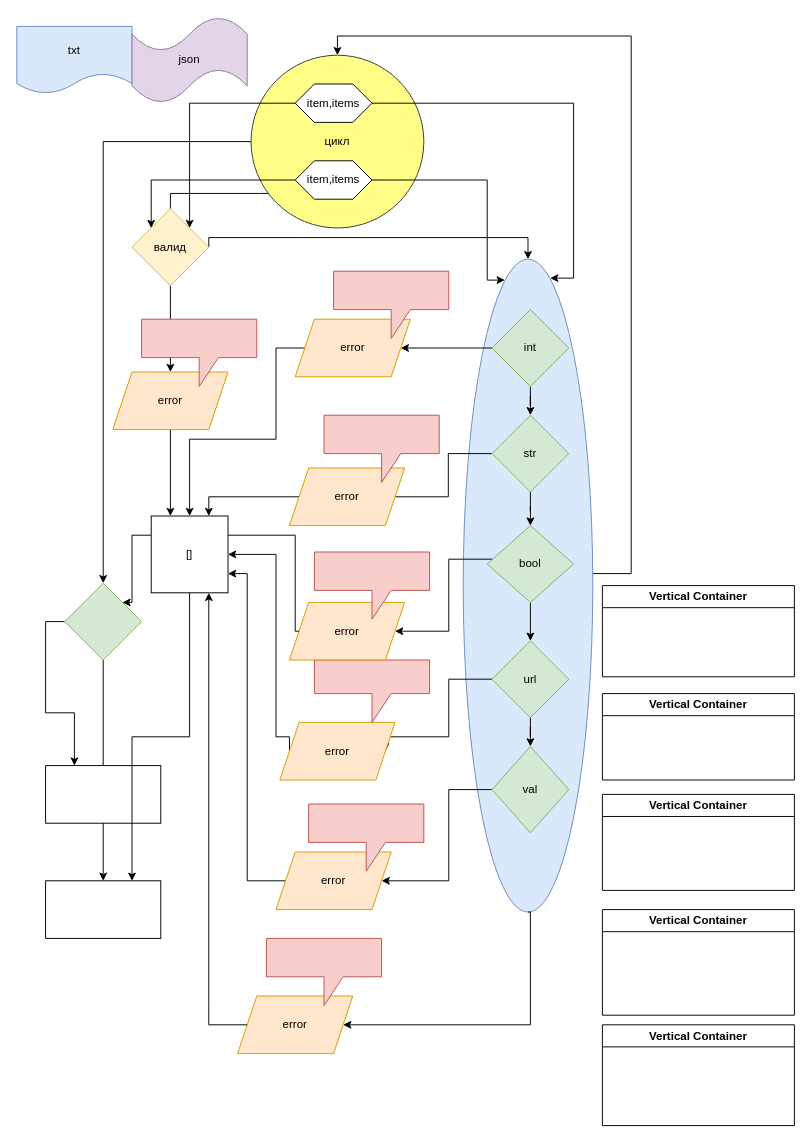
Earlier version of the draw.io diagram Practika15/practika15_2.drawio (KonstantinS007/PythonProject). Source tidied: cells renumbered, new cells numbered last; positions are measured from the earlier drawing's top-left corner, leaving out a move shared by most shapes. Both pictures are drawn from the tidied source at 96%, with x=0, y=0 at pixel (16, 16).
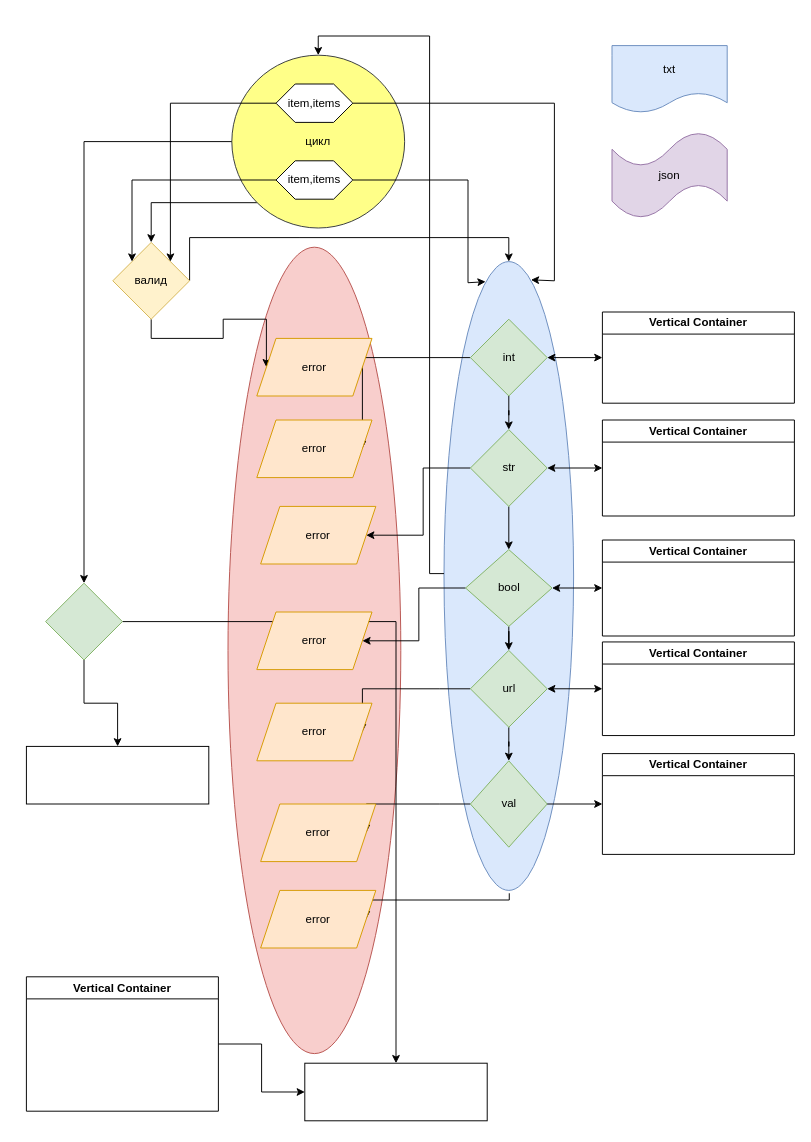
After the change.

The edit, as a diff of the source:
```diff
@@
+    <mxCell id="67" style="ellipse;whiteSpace=wrap;html=1;fillColor=#f8cecc;strokeColor=#b85450;" parent="1" vertex="1">
+      <mxGeometry x="220" y="240" width="180" height="840" as="geometry" />
+    </mxCell>
+    <mxCell id="68" style="edgeStyle=orthogonalEdgeStyle;rounded=0;jettySize=auto;html=1;exitX=0.5;exitY=1;exitDx=0;exitDy=0;" parent="1" edge="1" source="3">
+      <mxGeometry relative="1" as="geometry">
+        <mxPoint x="513" y="910" as="targetPoint" />
+      </mxGeometry>
+    </mxCell>
+    <mxCell id="3" style="ellipse;whiteSpace=wrap;html=1;fillColor=#dae8fc;strokeColor=#6c8ebf;" parent="1" vertex="1">
+      <mxGeometry x="445" y="255" width="135" height="655" as="geometry" />
+    </mxCell>
     <mxCell id="2" style="edgeStyle=orthogonalEdgeStyle;rounded=0;jettySize=auto;html=1;entryX=0.5;entryY=0;entryDx=0;entryDy=0;" parent="1" edge="1" source="3" target="29">
       <mxGeometry relative="1" as="geometry">
         <Array as="points">
-          <mxPoint x="640" y="580" />
-          <mxPoint x="640" y="20" />
-          <mxPoint x="334" y="20" />
+          <mxPoint x="430" y="580" />
+          <mxPoint x="430" y="20" />
+          <mxPoint x="314" y="20" />
         </Array>
       </mxGeometry>
     </mxCell>
-    <mxCell id="3" style="ellipse;whiteSpace=wrap;html=1;fillColor=#dae8fc;strokeColor=#6c8ebf;" parent="1" vertex="1">
-      <mxGeometry x="465" y="252.5" width="135" height="680" as="geometry" />
-    </mxCell>
     <mxCell id="4" value="txt" style="shape=document;whiteSpace=wrap;html=1;boundedLbl=1;fillColor=#dae8fc;strokeColor=#6c8ebf;" parent="1" vertex="1">
-      <mxGeometry y="10" width="120" height="70" as="geometry" />
+      <mxGeometry x="620" y="30" width="120" height="70" as="geometry" />
     </mxCell>
-    <mxCell id="5" style="edgeStyle=orthogonalEdgeStyle;rounded=0;jettySize=auto;html=1;exitX=0.5;exitY=1;exitDx=0;exitDy=0;entryX=0.5;entryY=0;entryDx=0;entryDy=0;" parent="1" edge="1" source="8" target="31">
+    <mxCell id="5" style="edgeStyle=orthogonalEdgeStyle;rounded=0;jettySize=auto;html=1;exitX=0.5;exitY=1;exitDx=0;exitDy=0;entryX=0;entryY=0.5;entryDx=0;entryDy=0;" parent="1" edge="1" source="8" target="31">
       <mxGeometry relative="1" as="geometry" />
     </mxCell>
@@
-    <mxCell id="7" style="edgeStyle=orthogonalEdgeStyle;rounded=0;jettySize=auto;html=1;exitX=0.5;exitY=0;exitDx=0;exitDy=0;entryX=0;entryY=1;entryDx=0;entryDy=0;" parent="1" edge="1" source="8" target="29">
-      <mxGeometry relative="1" as="geometry">
-        <Array as="points">
-          <mxPoint x="254" y="184" />
-          <mxPoint x="320" y="184" />
-        </Array>
-      </mxGeometry>
-    </mxCell>
     <mxCell id="8" value="валид" style="rhombus;whiteSpace=wrap;html=1;fillColor=#fff2cc;strokeColor=#d6b656;" parent="1" vertex="1">
-      <mxGeometry x="120" y="200" width="80" height="80" as="geometry" />
+      <mxGeometry x="100" y="235" width="80" height="80" as="geometry" />
     </mxCell>
@@
     <mxCell id="11" value="int" style="rhombus;whiteSpace=wrap;html=1;fillColor=#d5e8d4;strokeColor=#82b366;" parent="1" vertex="1">
-      <mxGeometry x="495" y="305" width="80" height="80" as="geometry" />
+      <mxGeometry x="472.5" y="315" width="80" height="80" as="geometry" />
     </mxCell>
@@
-    <mxCell id="13" style="edgeStyle=orthogonalEdgeStyle;rounded=0;jettySize=auto;html=1;entryX=0;entryY=0.5;entryDx=0;entryDy=0;" parent="1" edge="1" source="58" target="23">
+    <mxCell id="13" style="edgeStyle=orthogonalEdgeStyle;rounded=0;jettySize=auto;html=1;entryX=1;entryY=0.5;entryDx=0;entryDy=0;" parent="1" edge="1" source="58" target="23">
       <mxGeometry relative="1" as="geometry" />
     </mxCell>
@@
-    <mxCell id="15" style="edgeStyle=orthogonalEdgeStyle;rounded=0;jettySize=auto;html=1;entryX=1;entryY=0.5;entryDx=0;entryDy=0;" parent="1" edge="1" source="57" target="61">
-      <mxGeometry relative="1" as="geometry">
-        <Array as="points">
-          <mxPoint x="450" y="565" />
-          <mxPoint x="450" y="640" />
-        </Array>
-      </mxGeometry>
-    </mxCell>
@@
     <mxCell id="17" style="edgeStyle=orthogonalEdgeStyle;rounded=0;jettySize=auto;html=1;exitX=0;exitY=0.5;exitDx=0;exitDy=0;entryX=1;entryY=0.5;entryDx=0;entryDy=0;" parent="1" edge="1" source="18" target="25">
       <mxGeometry relative="1" as="geometry">
         <Array as="points">
-          <mxPoint x="450" y="690" />
-          <mxPoint x="450" y="750" />
+          <mxPoint x="440" y="700" />
+          <mxPoint x="440" y="700" />
         </Array>
       </mxGeometry>
     </mxCell>
     <mxCell id="18" value="url" style="rhombus;whiteSpace=wrap;html=1;fillColor=#d5e8d4;strokeColor=#82b366;" parent="1" vertex="1">
-      <mxGeometry x="495" y="650" width="80" height="80" as="geometry" />
+      <mxGeometry x="472.5" y="660" width="80" height="80" as="geometry" />
     </mxCell>
-    <mxCell id="19" style="edgeStyle=orthogonalEdgeStyle;rounded=0;jettySize=auto;html=1;exitX=0;exitY=0.5;exitDx=0;exitDy=0;" parent="1" edge="1" source="21" target="27">
+    <mxCell id="19" style="edgeStyle=orthogonalEdgeStyle;rounded=0;jettySize=auto;html=1;exitX=0;exitY=0.5;exitDx=0;exitDy=0;entryX=1;entryY=0.5;entryDx=0;entryDy=0;" parent="1" edge="1" source="21" target="27">
       <mxGeometry relative="1" as="geometry">
         <Array as="points">
-          <mxPoint x="450" y="805" />
-          <mxPoint x="450" y="900" />
+          <mxPoint x="440" y="820" />
+          <mxPoint x="440" y="820" />
         </Array>
       </mxGeometry>
     </mxCell>
-    <mxCell id="20" style="edgeStyle=orthogonalEdgeStyle;rounded=0;jettySize=auto;html=1;exitX=0.5;exitY=1;exitDx=0;exitDy=0;entryX=1;entryY=0.5;entryDx=0;entryDy=0;" parent="1" edge="1" source="3" target="44">
+    <mxCell id="20" style="edgeStyle=orthogonalEdgeStyle;rounded=0;jettySize=auto;html=1;entryX=1;entryY=0.5;entryDx=0;entryDy=0;" parent="1" edge="1" target="44">
       <mxGeometry relative="1" as="geometry">
+        <mxPoint x="513" y="913" as="sourcePoint" />
         <Array as="points">
-          <mxPoint x="535" y="1050" />
+          <mxPoint x="513" y="920" />
         </Array>
       </mxGeometry>
     </mxCell>
     <mxCell id="21" value="val" style="rhombus;whiteSpace=wrap;html=1;fillColor=#d5e8d4;strokeColor=#82b366;" parent="1" vertex="1">
-      <mxGeometry x="495" y="760" width="80" height="90" as="geometry" />
+      <mxGeometry x="472.5" y="775" width="80" height="90" as="geometry" />
     </mxCell>
-    <mxCell id="22" style="edgeStyle=orthogonalEdgeStyle;rounded=0;jettySize=auto;html=1;exitX=0;exitY=0.5;exitDx=0;exitDy=0;entryX=0.75;entryY=0;entryDx=0;entryDy=0;" parent="1" edge="1" source="23" target="43">
-      <mxGeometry relative="1" as="geometry" />
-    </mxCell>
     <mxCell id="23" value="error" style="shape=parallelogram;perimeter=parallelogramPerimeter;whiteSpace=wrap;html=1;fixedSize=1;fillColor=#ffe6cc;strokeColor=#d79b00;" parent="1" vertex="1">
-      <mxGeometry x="284" y="470" width="120" height="60" as="geometry" />
+      <mxGeometry x="254" y="510" width="120" height="60" as="geometry" />
     </mxCell>
-    <mxCell id="24" style="edgeStyle=orthogonalEdgeStyle;rounded=0;jettySize=auto;html=1;exitX=0;exitY=0.5;exitDx=0;exitDy=0;entryX=1;entryY=0.5;entryDx=0;entryDy=0;" parent="1" edge="1" source="25" target="43">
-      <mxGeometry relative="1" as="geometry">
-        <Array as="points">
-          <mxPoint x="270" y="750" />
-          <mxPoint x="270" y="560" />
-        </Array>
-      </mxGeometry>
-    </mxCell>
     <mxCell id="25" value="error" style="shape=parallelogram;perimeter=parallelogramPerimeter;whiteSpace=wrap;html=1;fixedSize=1;fillColor=#ffe6cc;strokeColor=#d79b00;" parent="1" vertex="1">
-      <mxGeometry x="274" y="735" width="120" height="60" as="geometry" />
+      <mxGeometry x="250" y="715" width="120" height="60" as="geometry" />
     </mxCell>
-    <mxCell id="26" style="edgeStyle=orthogonalEdgeStyle;rounded=0;jettySize=auto;html=1;exitX=0;exitY=0.5;exitDx=0;exitDy=0;entryX=1;entryY=0.75;entryDx=0;entryDy=0;" parent="1" edge="1" source="27" target="43">
-      <mxGeometry relative="1" as="geometry">
-        <Array as="points">
-          <mxPoint x="240" y="900" />
-          <mxPoint x="240" y="580" />
-        </Array>
-      </mxGeometry>
-    </mxCell>
     <mxCell id="27" value="error" style="shape=parallelogram;perimeter=parallelogramPerimeter;whiteSpace=wrap;html=1;fixedSize=1;fillColor=#ffe6cc;strokeColor=#d79b00;" parent="1" vertex="1">
-      <mxGeometry x="270" y="870" width="120" height="60" as="geometry" />
+      <mxGeometry x="254" y="820" width="120" height="60" as="geometry" />
     </mxCell>
@@
+    <mxCell id="69" style="edgeStyle=orthogonalEdgeStyle;rounded=0;jettySize=auto;html=1;exitX=0;exitY=1;exitDx=0;exitDy=0;entryX=0.5;entryY=0;entryDx=0;entryDy=0;" parent="1" edge="1" source="29" target="8">
+      <mxGeometry relative="1" as="geometry" />
+    </mxCell>
     <mxCell id="29" value="цикл" style="ellipse;whiteSpace=wrap;html=1;fillColor=#ffff88;strokeColor=#36393d;" parent="1" vertex="1">
-      <mxGeometry x="244" y="40" width="180" height="180" as="geometry" />
+      <mxGeometry x="224" y="40" width="180" height="180" as="geometry" />
     </mxCell>
-    <mxCell id="30" style="edgeStyle=orthogonalEdgeStyle;rounded=0;jettySize=auto;html=1;exitX=0.5;exitY=1;exitDx=0;exitDy=0;entryX=0.25;entryY=0;entryDx=0;entryDy=0;" parent="1" edge="1" source="31" target="43">
-      <mxGeometry relative="1" as="geometry" />
-    </mxCell>
     <mxCell id="31" value="error" style="shape=parallelogram;perimeter=parallelogramPerimeter;whiteSpace=wrap;html=1;fixedSize=1;fillColor=#ffe6cc;strokeColor=#d79b00;" parent="1" vertex="1">
-      <mxGeometry x="100" y="370" width="120" height="60" as="geometry" />
+      <mxGeometry x="250" y="335" width="120" height="60" as="geometry" />
     </mxCell>
-    <mxCell id="32" style="edgeStyle=orthogonalEdgeStyle;rounded=0;jettySize=auto;html=1;exitX=0;exitY=0.5;exitDx=0;exitDy=0;entryX=0.25;entryY=0;entryDx=0;entryDy=0;" parent="1" edge="1" source="34" target="35">
-      <mxGeometry relative="1" as="geometry" />
+    <mxCell id="32" style="edgeStyle=orthogonalEdgeStyle;rounded=0;jettySize=auto;html=1;exitX=0.5;exitY=1;exitDx=0;exitDy=0;entryX=0.5;entryY=0;entryDx=0;entryDy=0;" parent="1" edge="1" source="34" target="35">
+      <mxGeometry relative="1" as="geometry">
+        <Array as="points">
+          <mxPoint x="70" y="715" />
+          <mxPoint x="105" y="715" />
+        </Array>
+      </mxGeometry>
     </mxCell>
-    <mxCell id="33" style="edgeStyle=orthogonalEdgeStyle;rounded=0;jettySize=auto;html=1;" parent="1" edge="1" source="34" target="36">
+    <mxCell id="33" style="edgeStyle=orthogonalEdgeStyle;rounded=0;jettySize=auto;html=1;exitX=1;exitY=0.5;exitDx=0;exitDy=0;" parent="1" edge="1" source="34" target="36">
       <mxGeometry relative="1" as="geometry" />
     </mxCell>
     <mxCell id="34" style="rhombus;whiteSpace=wrap;html=1;fillColor=#d5e8d4;strokeColor=#82b366;" parent="1" vertex="1">
-      <mxGeometry x="50" y="590" width="80" height="80" as="geometry" />
+      <mxGeometry x="30" y="590" width="80" height="80" as="geometry" />
     </mxCell>
     <mxCell id="35" style="rounded=0;whiteSpace=wrap;html=1;" parent="1" vertex="1">
-      <mxGeometry x="30" y="780" width="120" height="60" as="geometry" />
+      <mxGeometry x="10" y="760" width="190" height="60" as="geometry" />
     </mxCell>
     <mxCell id="36" style="rounded=0;whiteSpace=wrap;html=1;" parent="1" vertex="1">
-      <mxGeometry x="30" y="900" width="120" height="60" as="geometry" />
+      <mxGeometry x="300" y="1090" width="190" height="60" as="geometry" />
     </mxCell>
-    <mxCell id="37" style="shape=callout;whiteSpace=wrap;html=1;perimeter=calloutPerimeter;fillColor=#f8cecc;strokeColor=#b85450;" parent="1" vertex="1">
-      <mxGeometry x="304" y="820" width="120" height="70" as="geometry" />
-    </mxCell>
-    <mxCell id="38" style="shape=callout;whiteSpace=wrap;html=1;perimeter=calloutPerimeter;fillColor=#f8cecc;strokeColor=#b85450;" parent="1" vertex="1">
-      <mxGeometry x="310" y="670" width="120" height="65" as="geometry" />
-    </mxCell>
-    <mxCell id="39" style="shape=callout;whiteSpace=wrap;html=1;perimeter=calloutPerimeter;fillColor=#f8cecc;strokeColor=#b85450;" parent="1" vertex="1">
-      <mxGeometry x="130" y="315" width="120" height="70" as="geometry" />
-    </mxCell>
     <mxCell id="40" value="json" style="shape=tape;whiteSpace=wrap;html=1;fillColor=#e1d5e7;strokeColor=#9673a6;" parent="1" vertex="1">
-      <mxGeometry x="120" width="120" height="90" as="geometry" />
+      <mxGeometry x="620" y="120" width="120" height="90" as="geometry" />
     </mxCell>
-    <mxCell id="41" style="edgeStyle=orthogonalEdgeStyle;rounded=0;jettySize=auto;html=1;entryX=0.75;entryY=0;entryDx=0;entryDy=0;exitX=0.5;exitY=1;exitDx=0;exitDy=0;" parent="1" edge="1" source="43" target="36">
-      <mxGeometry relative="1" as="geometry" />
-    </mxCell>
-    <mxCell id="42" style="edgeStyle=orthogonalEdgeStyle;rounded=0;jettySize=auto;html=1;exitX=0;exitY=0.25;exitDx=0;exitDy=0;entryX=1;entryY=0;entryDx=0;entryDy=0;" parent="1" edge="1" source="43" target="34">
-      <mxGeometry relative="1" as="geometry" />
-    </mxCell>
-    <mxCell id="43" value="[]" style="whiteSpace=wrap;html=1;" parent="1" vertex="1">
-      <mxGeometry x="140" y="520" width="80" height="80" as="geometry" />
-    </mxCell>
     <mxCell id="44" value="error" style="shape=parallelogram;perimeter=parallelogramPerimeter;whiteSpace=wrap;html=1;fixedSize=1;fillColor=#ffe6cc;strokeColor=#d79b00;" parent="1" vertex="1">
-      <mxGeometry x="230" y="1020" width="120" height="60" as="geometry" />
+      <mxGeometry x="254" y="910" width="120" height="60" as="geometry" />
     </mxCell>
-    <mxCell id="45" style="shape=callout;whiteSpace=wrap;html=1;perimeter=calloutPerimeter;fillColor=#f8cecc;strokeColor=#b85450;" parent="1" vertex="1">
-      <mxGeometry x="260" y="960" width="120" height="70" as="geometry" />
-    </mxCell>
@@
     <mxCell id="47" style="edgeStyle=orthogonalEdgeStyle;rounded=0;jettySize=auto;html=1;exitX=1;exitY=0.5;exitDx=0;exitDy=0;entryX=0.671;entryY=0.029;entryDx=0;entryDy=0;entryPerimeter=0;" parent="1" edge="1" source="48" target="3">
       <mxGeometry relative="1" as="geometry">
         <Array as="points">
-          <mxPoint x="580" y="90" />
-          <mxPoint x="580" y="272" />
+          <mxPoint x="560" y="90" />
+          <mxPoint x="560" y="275" />
         </Array>
       </mxGeometry>
     </mxCell>
     <mxCell id="48" value="item,items" style="shape=hexagon;perimeter=hexagonPerimeter2;whiteSpace=wrap;html=1;fixedSize=1;" parent="1" vertex="1">
-      <mxGeometry x="290" y="70" width="80" height="40" as="geometry" />
+      <mxGeometry x="270" y="70" width="80" height="40" as="geometry" />
     </mxCell>
     <mxCell id="49" style="edgeStyle=orthogonalEdgeStyle;rounded=0;jettySize=auto;html=1;exitX=0;exitY=0.5;exitDx=0;exitDy=0;entryX=0;entryY=0;entryDx=0;entryDy=0;" parent="1" edge="1" source="51" target="8">
       <mxGeometry relative="1" as="geometry">
         <Array as="points">
-          <mxPoint x="140" y="170" />
+          <mxPoint x="120" y="170" />
         </Array>
       </mxGeometry>
     </mxCell>
     <mxCell id="50" style="edgeStyle=orthogonalEdgeStyle;rounded=0;jettySize=auto;html=1;exitX=1;exitY=0.5;exitDx=0;exitDy=0;entryX=0.321;entryY=0.032;entryDx=0;entryDy=0;entryPerimeter=0;" parent="1" edge="1" source="51" target="3">
       <mxGeometry relative="1" as="geometry">
         <Array as="points">
-          <mxPoint x="490" y="170" />
-          <mxPoint x="490" y="274" />
+          <mxPoint x="470" y="170" />
+          <mxPoint x="470" y="277" />
         </Array>
       </mxGeometry>
     </mxCell>
     <mxCell id="51" value="item,items" style="shape=hexagon;perimeter=hexagonPerimeter2;whiteSpace=wrap;html=1;fixedSize=1;" parent="1" vertex="1">
-      <mxGeometry x="290" y="150" width="80" height="40" as="geometry" />
+      <mxGeometry x="270" y="150" width="80" height="40" as="geometry" />
     </mxCell>
     <mxCell id="52" value="Vertical Container" style="swimlane;whiteSpace=wrap;html=1;" parent="1" vertex="1">
-      <mxGeometry x="610" y="592.5" width="200" height="95" as="geometry" />
+      <mxGeometry x="610" y="307.5" width="200" height="95" as="geometry" />
     </mxCell>
     <mxCell id="53" value="Vertical Container" style="swimlane;whiteSpace=wrap;html=1;" parent="1" vertex="1">
-      <mxGeometry x="610" y="705" width="200" height="90" as="geometry" />
+      <mxGeometry x="610" y="420" width="200" height="100" as="geometry" />
     </mxCell>
     <mxCell id="54" value="Vertical Container" style="swimlane;whiteSpace=wrap;html=1;" parent="1" vertex="1">
-      <mxGeometry x="610" y="810" width="200" height="100" as="geometry" />
+      <mxGeometry x="610" y="545" width="200" height="100" as="geometry" />
     </mxCell>
     <mxCell id="55" value="Vertical Container" style="swimlane;whiteSpace=wrap;html=1;" parent="1" vertex="1">
-      <mxGeometry x="610" y="930" width="200" height="110" as="geometry" />
+      <mxGeometry x="610" y="651.2" width="200" height="97.5" as="geometry" />
     </mxCell>
     <mxCell id="56" value="Vertical Container" style="swimlane;whiteSpace=wrap;html=1;" parent="1" vertex="1">
-      <mxGeometry x="610" y="1050" width="200" height="105" as="geometry" />
+      <mxGeometry x="610" y="767.5" width="200" height="105" as="geometry" />
     </mxCell>
+    <mxCell id="15" style="edgeStyle=orthogonalEdgeStyle;rounded=0;jettySize=auto;html=1;exitX=0;exitY=0.5;exitDx=0;exitDy=0;entryX=1;entryY=0.5;entryDx=0;entryDy=0;" parent="1" edge="1" source="57" target="61">
+      <mxGeometry relative="1" as="geometry" />
+    </mxCell>
     <mxCell id="57" value="bool" style="rhombus;whiteSpace=wrap;html=1;fillColor=#d5e8d4;strokeColor=#82b366;" parent="1" vertex="1">
-      <mxGeometry x="490" y="530" width="90" height="80" as="geometry" />
+      <mxGeometry x="467.5" y="555" width="90" height="80" as="geometry" />
     </mxCell>
     <mxCell id="58" value="str" style="rhombus;whiteSpace=wrap;html=1;fillColor=#d5e8d4;strokeColor=#82b366;" parent="1" vertex="1">
-      <mxGeometry x="495" y="415" width="80" height="80" as="geometry" />
+      <mxGeometry x="472.5" y="430" width="80" height="80" as="geometry" />
     </mxCell>
-    <mxCell id="59" style="edgeStyle=orthogonalEdgeStyle;rounded=0;jettySize=auto;html=1;exitX=0;exitY=0.5;exitDx=0;exitDy=0;entryX=0.5;entryY=0;entryDx=0;entryDy=0;" parent="1" edge="1" source="60" target="43">
-      <mxGeometry relative="1" as="geometry">
-        <Array as="points">
-          <mxPoint x="270" y="345" />
-          <mxPoint x="270" y="440" />
-          <mxPoint x="180" y="440" />
-        </Array>
-      </mxGeometry>
-    </mxCell>
+    <mxCell id="61" value="error" style="shape=parallelogram;perimeter=parallelogramPerimeter;whiteSpace=wrap;html=1;fixedSize=1;fillColor=#ffe6cc;strokeColor=#d79b00;" parent="1" vertex="1">
+      <mxGeometry x="250" y="620" width="120" height="60" as="geometry" />
+    </mxCell>
+    <mxCell id="70" style="endArrow=classic;startArrow=classic;html=1;rounded=0;exitX=1;exitY=0.5;exitDx=0;exitDy=0;entryX=0;entryY=0.5;entryDx=0;entryDy=0;" parent="1" edge="1" source="11" target="52">
+      <mxGeometry relative="1" as="geometry" />
+    </mxCell>
+    <mxCell id="71" style="endArrow=classic;startArrow=classic;html=1;rounded=0;exitX=1;exitY=0.5;exitDx=0;exitDy=0;entryX=0;entryY=0.5;entryDx=0;entryDy=0;" parent="1" edge="1" source="58" target="53">
+      <mxGeometry relative="1" as="geometry" />
+    </mxCell>
+    <mxCell id="72" style="endArrow=classic;startArrow=classic;html=1;rounded=0;exitX=1;exitY=0.5;exitDx=0;exitDy=0;entryX=0;entryY=0.5;entryDx=0;entryDy=0;" parent="1" edge="1" source="57" target="54">
+      <mxGeometry relative="1" as="geometry" />
+    </mxCell>
+    <mxCell id="73" style="endArrow=classic;startArrow=classic;html=1;rounded=0;exitX=1;exitY=0.5;exitDx=0;exitDy=0;entryX=0;entryY=0.5;entryDx=0;entryDy=0;" parent="1" edge="1" source="18" target="55">
+      <mxGeometry relative="1" as="geometry" />
+    </mxCell>
+    <mxCell id="74" style="endArrow=classic;startArrow=none;html=1;rounded=0;entryX=0;entryY=0.5;entryDx=0;entryDy=0;exitX=1;exitY=0.5;exitDx=0;exitDy=0;" parent="1" edge="1" source="21" target="56">
+      <mxGeometry relative="1" as="geometry" />
+    </mxCell>
     <mxCell id="60" value="error" style="shape=parallelogram;perimeter=parallelogramPerimeter;whiteSpace=wrap;html=1;fixedSize=1;fillColor=#ffe6cc;strokeColor=#d79b00;" parent="1" vertex="1">
-      <mxGeometry x="290" y="315" width="120" height="60" as="geometry" />
+      <mxGeometry x="250" y="420" width="120" height="60" as="geometry" />
     </mxCell>
-    <mxCell id="61" value="error" style="shape=parallelogram;perimeter=parallelogramPerimeter;whiteSpace=wrap;html=1;fixedSize=1;fillColor=#ffe6cc;strokeColor=#d79b00;" parent="1" vertex="1">
-      <mxGeometry x="284" y="610" width="120" height="60" as="geometry" />
-    </mxCell>
-    <mxCell id="62" style="shape=callout;whiteSpace=wrap;html=1;perimeter=calloutPerimeter;fillColor=#f8cecc;strokeColor=#b85450;" parent="1" vertex="1">
-      <mxGeometry x="330" y="265" width="120" height="70" as="geometry" />
-    </mxCell>
-    <mxCell id="63" style="shape=callout;whiteSpace=wrap;html=1;perimeter=calloutPerimeter;fillColor=#f8cecc;strokeColor=#b85450;" parent="1" vertex="1">
-      <mxGeometry x="320" y="415" width="120" height="70" as="geometry" />
-    </mxCell>
-    <mxCell id="64" style="endArrow=classic;html=1;rounded=0;entryX=0.75;entryY=1;entryDx=0;entryDy=0;exitX=0;exitY=0.5;exitDx=0;exitDy=0;" parent="1" edge="1" source="44" target="43">
-      <mxGeometry relative="1" as="geometry">
-        <Array as="points">
-          <mxPoint x="200" y="1050" />
-          <mxPoint x="200" y="1030" />
-          <mxPoint x="200" y="820" />
-        </Array>
-      </mxGeometry>
-    </mxCell>
-    <mxCell id="65" style="edgeStyle=orthogonalEdgeStyle;rounded=0;jettySize=auto;html=1;exitX=0;exitY=0.5;exitDx=0;exitDy=0;endArrow=none;entryX=1;entryY=0.25;entryDx=0;entryDy=0;" parent="1" edge="1" source="61" target="43">
-      <mxGeometry relative="1" as="geometry">
-        <Array as="points">
-          <mxPoint x="290" y="640" />
-          <mxPoint x="290" y="540" />
-        </Array>
-      </mxGeometry>
-    </mxCell>
-    <mxCell id="66" style="shape=callout;whiteSpace=wrap;html=1;perimeter=calloutPerimeter;fillColor=#f8cecc;strokeColor=#b85450;" parent="1" vertex="1">
-      <mxGeometry x="310" y="557.5" width="120" height="70" as="geometry" />
-    </mxCell>
+    <mxCell id="75" style="edgeStyle=orthogonalEdgeStyle;rounded=0;jettySize=auto;html=1;" parent="1" edge="1" source="76" target="36">
+      <mxGeometry relative="1" as="geometry" />
+    </mxCell>
+    <mxCell id="76" value="Vertical Container" style="swimlane;whiteSpace=wrap;html=1;" parent="1" vertex="1">
+      <mxGeometry x="10" y="1000" width="200" height="140" as="geometry" />
+    </mxCell>
```
